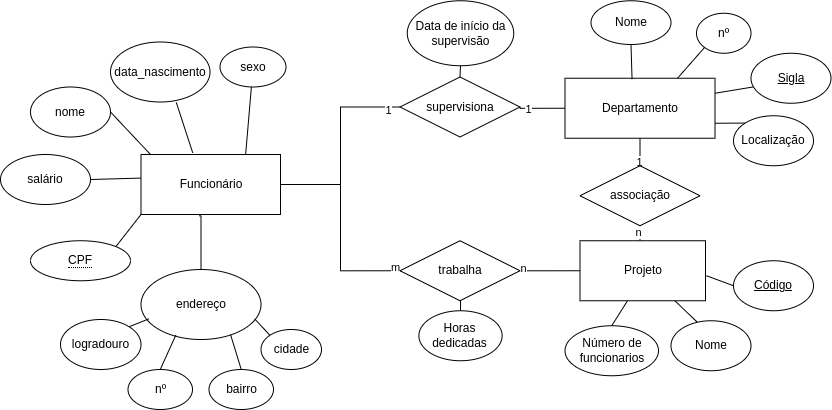
Above: Eng. de software/questao_3.drawio.png in LuisAugusto0/Arquivos_PUC_CC (draw.io), before the change. Source tidied: cells renumbered, new cells last; positions are measured from the earlier drawing's top-left corner, leaving out a move shared by most shapes.
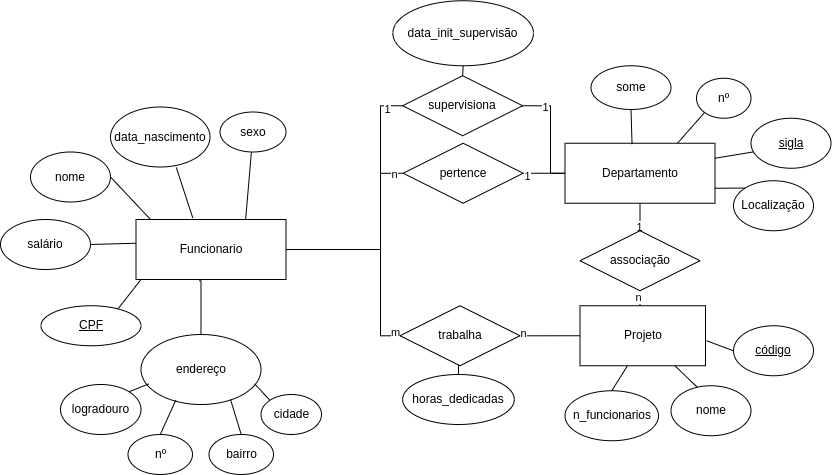
Later version of the same file.

Diff of the diagram source:
```diff
@@ -18,8 +18,9 @@
     <mxCell id="5" value="salário" style="ellipse;whiteSpace=wrap;html=1;" parent="1" vertex="1">
       <mxGeometry y="154" width="90" height="50" as="geometry" />
     </mxCell>
-    <mxCell id="6" style="edgeStyle=orthogonalEdgeStyle;rounded=0;jettySize=auto;html=1;exitX=0.5;exitY=0;exitDx=0;exitDy=0;entryX=0.418;entryY=1.022;entryDx=0;entryDy=0;entryPerimeter=0;endArrow=none;endFill=0;" parent="1" edge="1" source="7" target="38">
+    <mxCell id="6" style="edgeStyle=orthogonalEdgeStyle;rounded=0;jettySize=auto;html=1;exitX=0.5;exitY=0;exitDx=0;exitDy=0;entryX=0.418;entryY=1.022;entryDx=0;entryDy=0;entryPerimeter=0;endArrow=none;endFill=0;" parent="1" edge="1" source="7">
       <mxGeometry relative="1" as="geometry">
+        <mxPoint x="198.8" y="215.3" as="targetPoint" />
         <Array as="points">
           <mxPoint x="201" y="215" />
         </Array>
@@ -52,14 +53,18 @@
     <mxCell id="15" value="cidade" style="ellipse;whiteSpace=wrap;html=1;align=center;" parent="1" vertex="1">
       <mxGeometry x="260.5" y="329" width="60.5" height="40" as="geometry" />
     </mxCell>
-    <mxCell id="16" style="rounded=0;jettySize=auto;html=1;exitX=0.661;exitY=1.007;exitDx=0;exitDy=0;entryX=0.371;entryY=-0.027;entryDx=0;entryDy=0;entryPerimeter=0;endArrow=none;endFill=0;exitPerimeter=0;" parent="1" edge="1" source="17" target="38">
-      <mxGeometry relative="1" as="geometry" />
+    <mxCell id="16" style="rounded=0;jettySize=auto;html=1;exitX=0.661;exitY=1.007;exitDx=0;exitDy=0;entryX=0.371;entryY=-0.027;entryDx=0;entryDy=0;entryPerimeter=0;endArrow=none;endFill=0;exitPerimeter=0;" parent="1" edge="1" source="17">
+      <mxGeometry relative="1" as="geometry">
+        <mxPoint x="192.3" y="152.4" as="targetPoint" />
+      </mxGeometry>
     </mxCell>
     <mxCell id="17" value="data_nascimento" style="ellipse;whiteSpace=wrap;html=1;align=center;" parent="1" vertex="1">
       <mxGeometry x="110" y="41.5" width="99.5" height="60" as="geometry" />
     </mxCell>
-    <mxCell id="18" style="rounded=0;jettySize=auto;html=1;endArrow=none;endFill=0;entryX=0.75;entryY=0;entryDx=0;entryDy=0;" parent="1" edge="1" source="19" target="38">
-      <mxGeometry relative="1" as="geometry" />
+    <mxCell id="18" style="rounded=0;jettySize=auto;html=1;endArrow=none;endFill=0;entryX=0.75;entryY=0;entryDx=0;entryDy=0;" parent="1" edge="1" source="19">
+      <mxGeometry relative="1" as="geometry">
+        <mxPoint x="245.1" y="154" as="targetPoint" />
+      </mxGeometry>
     </mxCell>
     <mxCell id="19" value="sexo" style="ellipse;whiteSpace=wrap;html=1;align=center;" parent="1" vertex="1">
       <mxGeometry x="219.5" y="46.5" width="66" height="40" as="geometry" />
@@ -70,7 +75,7 @@
     <mxCell id="21" style="rounded=0;jettySize=auto;html=1;exitX=0.5;exitY=1;exitDx=0;exitDy=0;entryX=0.447;entryY=0.015;entryDx=0;entryDy=0;endArrow=none;endFill=0;entryPerimeter=0;" parent="1" edge="1" source="22" target="20">
       <mxGeometry relative="1" as="geometry" />
     </mxCell>
-    <mxCell id="22" value="Nome" style="ellipse;whiteSpace=wrap;html=1;" parent="1" vertex="1">
+    <mxCell id="22" value="some" style="ellipse;whiteSpace=wrap;html=1;" parent="1" vertex="1">
       <mxGeometry x="590.5" y="0.2" width="80" height="43.8" as="geometry" />
     </mxCell>
     <mxCell id="23" style="rounded=0;jettySize=auto;html=1;exitX=0;exitY=1;exitDx=0;exitDy=0;entryX=0.75;entryY=0;entryDx=0;entryDy=0;endArrow=none;endFill=0;" parent="1" edge="1" source="24" target="20">
@@ -88,19 +93,20 @@
     <mxCell id="27" style="rounded=0;jettySize=auto;html=1;exitX=0.046;exitY=0.669;exitDx=0;exitDy=0;entryX=1;entryY=0.25;entryDx=0;entryDy=0;endArrow=none;endFill=0;exitPerimeter=0;" parent="1" edge="1" source="28" target="20">
       <mxGeometry relative="1" as="geometry" />
     </mxCell>
-    <mxCell id="28" value="&lt;u&gt;Sigla&lt;/u&gt;" style="ellipse;whiteSpace=wrap;html=1;" parent="1" vertex="1">
+    <mxCell id="28" value="&lt;u&gt;sigla&lt;/u&gt;" style="ellipse;whiteSpace=wrap;html=1;" parent="1" vertex="1">
       <mxGeometry x="750.5" y="52.8" width="80" height="50" as="geometry" />
     </mxCell>
-    <mxCell id="29" style="rounded=0;jettySize=auto;html=1;exitX=1;exitY=0;exitDx=0;exitDy=0;entryX=0;entryY=1;entryDx=0;entryDy=0;endArrow=none;endFill=0;" parent="1" edge="1" source="30" target="38">
-      <mxGeometry relative="1" as="geometry" />
+    <mxCell id="29" style="rounded=0;orthogonalLoop=1;jettySize=auto;html=1;exitX=1;exitY=0;exitDx=0;exitDy=0;entryX=0;entryY=1;entryDx=0;entryDy=0;endArrow=none;endFill=0;" parent="1" edge="1">
+      <mxGeometry relative="1" as="geometry">
+        <mxPoint x="115.4" y="246.1" as="sourcePoint" />
+        <mxPoint x="140.5" y="214" as="targetPoint" />
+      </mxGeometry>
     </mxCell>
-    <mxCell id="30" value="&lt;span style=&quot;border-bottom: 1px dotted&quot;&gt;CPF&lt;/span&gt;" style="ellipse;whiteSpace=wrap;html=1;align=center;" parent="1" vertex="1">
-      <mxGeometry x="30" y="240.2" width="100" height="40" as="geometry" />
-    </mxCell>
     <mxCell id="31" style="edgeStyle=orthogonalEdgeStyle;rounded=0;jettySize=auto;html=1;exitX=1;exitY=0.5;exitDx=0;exitDy=0;entryX=0;entryY=0.5;entryDx=0;entryDy=0;endArrow=none;endFill=0;" parent="1" edge="1" source="33" target="20">
       <mxGeometry relative="1" as="geometry">
         <Array as="points">
-          <mxPoint x="520" y="108" />
+          <mxPoint x="550" y="40" />
+          <mxPoint x="550" y="108" />
         </Array>
       </mxGeometry>
     </mxCell>
@@ -108,40 +114,39 @@
       <mxGeometry x="-0.6" y="-1" relative="1" as="geometry" />
     </mxCell>
     <mxCell id="33" value="supervisiona" style="shape=rhombus;perimeter=rhombusPerimeter;whiteSpace=wrap;html=1;align=center;" parent="1" vertex="1">
-      <mxGeometry x="399.5" y="76.5" width="120" height="60" as="geometry" />
+      <mxGeometry x="402.1" y="10.2" width="120" height="60" as="geometry" />
     </mxCell>
-    <mxCell id="34" style="edgeStyle=orthogonalEdgeStyle;rounded=0;jettySize=auto;html=1;exitX=1;exitY=0.5;exitDx=0;exitDy=0;entryX=0;entryY=0.5;entryDx=0;entryDy=0;endArrow=none;endFill=0;" parent="1" edge="1" source="38" target="33">
+    <mxCell id="34" style="edgeStyle=orthogonalEdgeStyle;rounded=0;jettySize=auto;html=1;exitX=1;exitY=0.5;exitDx=0;exitDy=0;entryX=0;entryY=0.5;entryDx=0;entryDy=0;endArrow=none;endFill=0;" parent="1" edge="1" target="33">
       <mxGeometry relative="1" as="geometry">
+        <mxPoint x="280" y="184" as="sourcePoint" />
         <Array as="points">
-          <mxPoint x="340" y="184" />
-          <mxPoint x="340" y="107" />
+          <mxPoint x="380" y="184" />
+          <mxPoint x="380" y="40" />
         </Array>
       </mxGeometry>
     </mxCell>
     <mxCell id="35" value="1" style="edgeLabel;html=1;align=center;verticalAlign=middle;" parent="34" vertex="1">
       <mxGeometry x="0.88" y="-3" relative="1" as="geometry" />
     </mxCell>
-    <mxCell id="36" style="rounded=0;jettySize=auto;html=1;exitX=1;exitY=1;exitDx=0;exitDy=0;entryX=1;entryY=0.5;entryDx=0;entryDy=0;endArrow=none;endFill=0;edgeStyle=orthogonalEdgeStyle;" parent="1" edge="1" source="38">
+    <mxCell id="36" style="rounded=0;orthogonalLoop=1;jettySize=auto;html=1;exitX=1;exitY=1;exitDx=0;exitDy=0;entryX=1;entryY=0.5;entryDx=0;entryDy=0;endArrow=none;endFill=0;edgeStyle=orthogonalEdgeStyle;" parent="1" edge="1">
       <mxGeometry relative="1" as="geometry">
+        <mxPoint x="280" y="214" as="sourcePoint" />
         <mxPoint x="400" y="270.2" as="targetPoint" />
         <Array as="points">
           <mxPoint x="280" y="184" />
-          <mxPoint x="340" y="184" />
-          <mxPoint x="340" y="270" />
+          <mxPoint x="380" y="184" />
+          <mxPoint x="380" y="270" />
         </Array>
       </mxGeometry>
     </mxCell>
     <mxCell id="37" value="m" style="edgeLabel;html=1;align=center;verticalAlign=middle;" parent="36" vertex="1">
       <mxGeometry x="0.95" y="4" relative="1" as="geometry" />
     </mxCell>
-    <mxCell id="38" value="Funcionário" style="whiteSpace=wrap;html=1;align=center;" parent="1" vertex="1">
-      <mxGeometry x="140.5" y="154" width="139.5" height="60" as="geometry" />
-    </mxCell>
     <mxCell id="39" style="edgeStyle=orthogonalEdgeStyle;rounded=0;jettySize=auto;html=1;exitX=0.5;exitY=1;exitDx=0;exitDy=0;entryX=0.5;entryY=0;entryDx=0;entryDy=0;endArrow=none;endFill=0;" parent="1" edge="1" source="40" target="33">
       <mxGeometry relative="1" as="geometry" />
     </mxCell>
-    <mxCell id="40" value="Data de início da supervisão" style="ellipse;whiteSpace=wrap;html=1;" parent="1" vertex="1">
-      <mxGeometry x="406.8" y="0.2" width="106.5" height="65" as="geometry" />
+    <mxCell id="40" value="data_init_supervisão" style="ellipse;whiteSpace=wrap;html=1;" parent="1" vertex="1">
+      <mxGeometry x="392.3" y="-64.8" width="140.6" height="65" as="geometry" />
     </mxCell>
     <mxCell id="41" style="edgeStyle=orthogonalEdgeStyle;rounded=0;jettySize=auto;html=1;exitX=0.5;exitY=0;exitDx=0;exitDy=0;entryX=0.5;entryY=1;entryDx=0;entryDy=0;endArrow=none;endFill=0;" parent="1" edge="1" source="55" target="20">
       <mxGeometry relative="1" as="geometry" />
@@ -154,7 +159,7 @@
         <mxPoint x="674.4" y="300.2" as="targetPoint" />
       </mxGeometry>
     </mxCell>
-    <mxCell id="44" value="Nome" style="ellipse;whiteSpace=wrap;html=1;" parent="1" vertex="1">
+    <mxCell id="44" value="nome" style="ellipse;whiteSpace=wrap;html=1;" parent="1" vertex="1">
       <mxGeometry x="670.5" y="320.2" width="80" height="50" as="geometry" />
     </mxCell>
     <mxCell id="45" style="rounded=0;jettySize=auto;html=1;exitX=0;exitY=0.5;exitDx=0;exitDy=0;entryX=1;entryY=0.5;entryDx=0;entryDy=0;endArrow=none;endFill=0;" parent="1" edge="1" source="46">
@@ -162,7 +167,7 @@
         <mxPoint x="706" y="275.2" as="targetPoint" />
       </mxGeometry>
     </mxCell>
-    <mxCell id="46" value="&lt;u&gt;Código&lt;/u&gt;" style="ellipse;whiteSpace=wrap;html=1;" parent="1" vertex="1">
+    <mxCell id="46" value="&lt;u&gt;código&lt;/u&gt;" style="ellipse;whiteSpace=wrap;html=1;" parent="1" vertex="1">
       <mxGeometry x="733" y="260.2" width="80" height="50" as="geometry" />
     </mxCell>
     <mxCell id="47" style="rounded=0;jettySize=auto;html=1;exitX=0.5;exitY=0;exitDx=0;exitDy=0;endArrow=none;endFill=0;" parent="1" edge="1" source="48">
@@ -170,7 +175,7 @@
         <mxPoint x="627" y="300.2" as="targetPoint" />
       </mxGeometry>
     </mxCell>
-    <mxCell id="48" value="Número de funcionarios" style="ellipse;whiteSpace=wrap;html=1;" parent="1" vertex="1">
+    <mxCell id="48" value="n_funcionarios" style="ellipse;whiteSpace=wrap;html=1;" parent="1" vertex="1">
       <mxGeometry x="564.5" y="325.2" width="93.5" height="50" as="geometry" />
     </mxCell>
     <mxCell id="49" style="edgeStyle=orthogonalEdgeStyle;rounded=0;orthogonalLoop=1;jettySize=auto;html=1;exitX=0;exitY=0.5;exitDx=0;exitDy=0;entryX=0;entryY=0.5;entryDx=0;entryDy=0;endArrow=none;endFill=0;" parent="1" edge="1">
@@ -190,8 +195,8 @@
         <mxPoint x="460" y="300.2" as="targetPoint" />
       </mxGeometry>
     </mxCell>
-    <mxCell id="52" value="Horas dedicadas" style="ellipse;whiteSpace=wrap;html=1;" parent="1" vertex="1">
-      <mxGeometry x="418.4" y="310.2" width="83.2" height="50" as="geometry" />
+    <mxCell id="52" value="horas_dedicadas" style="ellipse;whiteSpace=wrap;html=1;" parent="1" vertex="1">
+      <mxGeometry x="402.1" y="309" width="111.6" height="50" as="geometry" />
     </mxCell>
     <mxCell id="53" style="edgeStyle=orthogonalEdgeStyle;rounded=0;jettySize=auto;html=1;exitX=0.5;exitY=0;exitDx=0;exitDy=0;entryX=0.5;entryY=1;entryDx=0;entryDy=0;endArrow=none;endFill=0;" parent="1" edge="1" target="55">
       <mxGeometry relative="1" as="geometry">
@@ -210,5 +215,32 @@
     <mxCell id="57" value="Projeto" style="whiteSpace=wrap;html=1;align=center;" parent="1" vertex="1">
       <mxGeometry x="579.5" y="240.2" width="125.5" height="60" as="geometry" />
     </mxCell>
+    <mxCell id="58" style="edgeStyle=orthogonalEdgeStyle;rounded=0;jettySize=auto;html=1;exitX=1;exitY=0.5;exitDx=0;exitDy=0;entryX=0;entryY=0.5;entryDx=0;entryDy=0;endArrow=none;endFill=0;" parent="1" edge="1" source="62" target="20">
+      <mxGeometry relative="1" as="geometry" />
+    </mxCell>
+    <mxCell id="59" value="1" style="edgeLabel;html=1;align=center;verticalAlign=middle;" parent="58" vertex="1">
+      <mxGeometry x="-0.79" y="-3" relative="1" as="geometry" />
+    </mxCell>
+    <mxCell id="60" style="edgeStyle=orthogonalEdgeStyle;rounded=0;jettySize=auto;html=1;exitX=0;exitY=0.5;exitDx=0;exitDy=0;entryX=1;entryY=0.5;entryDx=0;entryDy=0;endArrow=none;endFill=0;" parent="1" edge="1" source="62">
+      <mxGeometry relative="1" as="geometry">
+        <mxPoint x="280" y="184" as="targetPoint" />
+        <Array as="points">
+          <mxPoint x="380" y="108" />
+          <mxPoint x="380" y="184" />
+        </Array>
+      </mxGeometry>
+    </mxCell>
+    <mxCell id="61" value="n" style="edgeLabel;html=1;align=center;verticalAlign=middle;" parent="60" vertex="1">
+      <mxGeometry x="-0.91" y="1" relative="1" as="geometry" />
+    </mxCell>
+    <mxCell id="62" value="pertence" style="shape=rhombus;perimeter=rhombusPerimeter;whiteSpace=wrap;html=1;align=center;" parent="1" vertex="1">
+      <mxGeometry x="402.6" y="77.8" width="120" height="60" as="geometry" />
+    </mxCell>
+    <mxCell id="63" value="Funcionario" style="whiteSpace=wrap;html=1;align=center;" parent="1" vertex="1">
+      <mxGeometry x="135.5" y="154" width="150" height="60" as="geometry" />
+    </mxCell>
+    <mxCell id="30" value="CPF" style="ellipse;whiteSpace=wrap;html=1;align=center;fontStyle=4;" parent="1" vertex="1">
+      <mxGeometry x="40.5" y="240.2" width="100" height="40" as="geometry" />
+    </mxCell>
   </root>
 </mxGraphModel>
```
